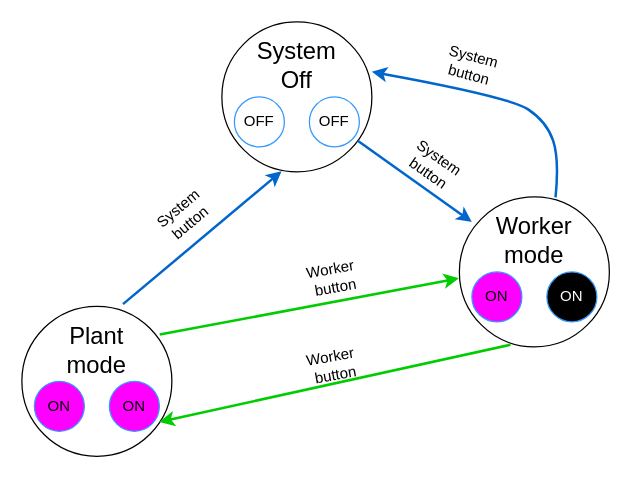
Before: state.drawio in Mateusz-alicante/Praxis3-PB, a draw.io diagram. Source tidied: cells renumbered, new cells numbered last; positions are measured from the earlier drawing's top-left corner, leaving out a move shared by most shapes. Both pictures are drawn from the tidied source at 125%, with x=0, y=0 at pixel (21, 21).
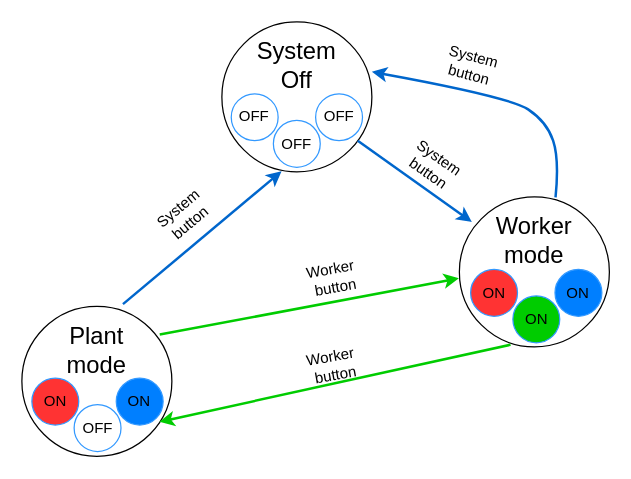
The same diagram, later.

Commit message (it also covers changes not shown here):
updated state diagram

The change refers to these unchanged cells:
```xml
<mxCell id="8" style="ellipse;whiteSpace=wrap;html=1;" parent="1" vertex="1">
  <mxGeometry x="350" y="140" width="120" height="120" as="geometry" />
</mxCell>
```

What changed in the source:
```diff
@@
     <mxCell id="4" style="ellipse;whiteSpace=wrap;html=1;fillColor=none;strokeColor=#3399FF;fontColor=#000000;" parent="1" vertex="1">
-      <mxGeometry x="170" y="60" width="40" height="40" as="geometry" />
+      <mxGeometry x="167.5" y="57.5" width="37.5" height="37.5" as="geometry" />
     </mxCell>
     <mxCell id="5" value="OFF" style="text;html=1;strokeColor=none;fillColor=none;align=center;verticalAlign=middle;whiteSpace=wrap;rounded=0;" parent="1" vertex="1">
-      <mxGeometry x="175" y="72.5" width="30" height="15" as="geometry" />
+      <mxGeometry x="171.2" y="68.8" width="30" height="15" as="geometry" />
     </mxCell>
     <mxCell id="6" style="ellipse;whiteSpace=wrap;html=1;fillColor=none;strokeColor=#3399FF;" parent="1" vertex="1">
-      <mxGeometry x="230" y="60" width="40" height="40" as="geometry" />
+      <mxGeometry x="235" y="57.5" width="37.5" height="37.5" as="geometry" />
     </mxCell>
     <mxCell id="7" value="OFF" style="text;html=1;align=center;verticalAlign=middle;whiteSpace=wrap;rounded=0;fontColor=#000000;" parent="1" vertex="1">
-      <mxGeometry x="235" y="70" width="30" height="20" as="geometry" />
+      <mxGeometry x="238.8" y="66.2" width="30" height="20" as="geometry" />
     </mxCell>
@@
-    <mxCell id="10" style="ellipse;whiteSpace=wrap;html=1;fillColor=#FF00FF;strokeColor=#3399FF;fontColor=#000000;" parent="1" vertex="1">
-      <mxGeometry x="360" y="200" width="40" height="40" as="geometry" />
-    </mxCell>
-    <mxCell id="11" value="ON" style="text;html=1;strokeColor=none;fillColor=none;align=center;verticalAlign=middle;whiteSpace=wrap;rounded=0;" parent="1" vertex="1">
-      <mxGeometry x="365" y="212.5" width="30" height="15" as="geometry" />
-    </mxCell>
-    <mxCell id="12" style="ellipse;whiteSpace=wrap;html=1;fillColor=#000000;strokeColor=#3399FF;" parent="1" vertex="1">
-      <mxGeometry x="420" y="200" width="40" height="40" as="geometry" />
-    </mxCell>
-    <mxCell id="13" value="ON" style="text;html=1;align=center;verticalAlign=middle;whiteSpace=wrap;rounded=0;fontColor=#FFFFFF;" parent="1" vertex="1">
-      <mxGeometry x="425" y="210" width="30" height="20" as="geometry" />
-    </mxCell>
@@
-    <mxCell id="20" style="ellipse;whiteSpace=wrap;html=1;fillColor=#FF00FF;strokeColor=#3399FF;fontColor=#000000;" parent="1" vertex="1">
-      <mxGeometry x="10" y="287.5" width="40" height="40" as="geometry" />
-    </mxCell>
-    <mxCell id="21" value="ON" style="text;html=1;strokeColor=none;fillColor=none;align=center;verticalAlign=middle;whiteSpace=wrap;rounded=0;" parent="1" vertex="1">
-      <mxGeometry x="15" y="300" width="30" height="15" as="geometry" />
-    </mxCell>
-    <mxCell id="22" style="ellipse;whiteSpace=wrap;html=1;fillColor=#FF00FF;strokeColor=#3399FF;fontColor=#000000;" parent="1" vertex="1">
-      <mxGeometry x="70" y="287.5" width="40" height="40" as="geometry" />
-    </mxCell>
-    <mxCell id="23" value="&lt;font color=&quot;#000000&quot;&gt;ON&lt;/font&gt;" style="text;html=1;align=center;verticalAlign=middle;whiteSpace=wrap;rounded=0;fontColor=#FFFFFF;" parent="1" vertex="1">
-      <mxGeometry x="75" y="297.5" width="30" height="20" as="geometry" />
-    </mxCell>
@@
-    <mxCell id="28" style="endArrow=classic;html=1;rounded=0;fontSize=21;horizontal=1;entryX=1;entryY=0.813;entryDx=0;entryDy=0;entryPerimeter=0;fillColor=#66B2FF;fontColor=#007FFF;strokeWidth=2;strokeColor=#00CC00;exitX=0.341;exitY=0.986;exitDx=0;exitDy=0;exitPerimeter=0;" parent="1" edge="1" source="8" target="22">
-      <mxGeometry relative="1" as="geometry" />
+    <mxCell id="28" style="endArrow=classic;html=1;rounded=0;fontSize=21;horizontal=1;entryX=1;entryY=0.813;entryDx=0;entryDy=0;entryPerimeter=0;fillColor=#66B2FF;fontColor=#007FFF;strokeWidth=2;strokeColor=#00CC00;exitX=0.341;exitY=0.986;exitDx=0;exitDy=0;exitPerimeter=0;" parent="1" edge="1" source="8">
+      <mxGeometry relative="1" as="geometry">
+        <mxPoint x="110" y="320" as="targetPoint" />
+      </mxGeometry>
     </mxCell>
@@
+    <mxCell id="30" style="ellipse;whiteSpace=wrap;html=1;fillColor=none;strokeColor=#3399FF;" parent="1" vertex="1">
+      <mxGeometry x="201.2" y="78.8" width="37.5" height="37.5" as="geometry" />
+    </mxCell>
+    <mxCell id="31" value="OFF" style="text;html=1;align=center;verticalAlign=middle;whiteSpace=wrap;rounded=0;fontColor=#000000;" parent="1" vertex="1">
+      <mxGeometry x="205" y="87.5" width="30" height="20" as="geometry" />
+    </mxCell>
+    <mxCell id="32" style="ellipse;whiteSpace=wrap;html=1;fillColor=#FF3333;strokeColor=#3399FF;fontColor=#000000;" parent="1" vertex="1">
+      <mxGeometry x="359" y="198" width="37.5" height="37.5" as="geometry" />
+    </mxCell>
+    <mxCell id="33" value="ON" style="text;html=1;strokeColor=none;fillColor=none;align=center;verticalAlign=middle;whiteSpace=wrap;rounded=0;" parent="1" vertex="1">
+      <mxGeometry x="362.8" y="209.2" width="30" height="15" as="geometry" />
+    </mxCell>
+    <mxCell id="34" style="ellipse;whiteSpace=wrap;html=1;fillColor=#007FFF;strokeColor=#3399FF;" parent="1" vertex="1">
+      <mxGeometry x="426.5" y="198" width="37.5" height="37.5" as="geometry" />
+    </mxCell>
+    <mxCell id="35" value="ON" style="text;html=1;align=center;verticalAlign=middle;whiteSpace=wrap;rounded=0;fontColor=#000000;" parent="1" vertex="1">
+      <mxGeometry x="430.2" y="206.8" width="30" height="20" as="geometry" />
+    </mxCell>
+    <mxCell id="36" style="ellipse;whiteSpace=wrap;html=1;fillColor=#00CC00;strokeColor=#3399FF;" parent="1" vertex="1">
+      <mxGeometry x="392.8" y="219.2" width="37.5" height="37.5" as="geometry" />
+    </mxCell>
+    <mxCell id="37" value="ON" style="text;html=1;align=center;verticalAlign=middle;whiteSpace=wrap;rounded=0;fontColor=#000000;" parent="1" vertex="1">
+      <mxGeometry x="396.5" y="228" width="30" height="20" as="geometry" />
+    </mxCell>
+    <mxCell id="38" style="ellipse;whiteSpace=wrap;html=1;fillColor=#FF3333;strokeColor=#3399FF;fontColor=#000000;" parent="1" vertex="1">
+      <mxGeometry x="8" y="285" width="37.5" height="37.5" as="geometry" />
+    </mxCell>
+    <mxCell id="39" value="ON" style="text;html=1;strokeColor=none;fillColor=none;align=center;verticalAlign=middle;whiteSpace=wrap;rounded=0;" parent="1" vertex="1">
+      <mxGeometry x="11.8" y="296.2" width="30" height="15" as="geometry" />
+    </mxCell>
+    <mxCell id="40" style="ellipse;whiteSpace=wrap;html=1;fillColor=#007FFF;strokeColor=#3399FF;" parent="1" vertex="1">
+      <mxGeometry x="75.5" y="285" width="37.5" height="37.5" as="geometry" />
+    </mxCell>
+    <mxCell id="41" value="ON" style="text;html=1;align=center;verticalAlign=middle;whiteSpace=wrap;rounded=0;fontColor=#000000;" parent="1" vertex="1">
+      <mxGeometry x="79.2" y="293.8" width="30" height="20" as="geometry" />
+    </mxCell>
+    <mxCell id="42" style="ellipse;whiteSpace=wrap;html=1;fillColor=none;strokeColor=#3399FF;" parent="1" vertex="1">
+      <mxGeometry x="41.8" y="306.2" width="37.5" height="37.5" as="geometry" />
+    </mxCell>
+    <mxCell id="43" value="OFF" style="text;html=1;align=center;verticalAlign=middle;whiteSpace=wrap;rounded=0;fontColor=#000000;" parent="1" vertex="1">
+      <mxGeometry x="45.5" y="315" width="30" height="20" as="geometry" />
+    </mxCell>
```
